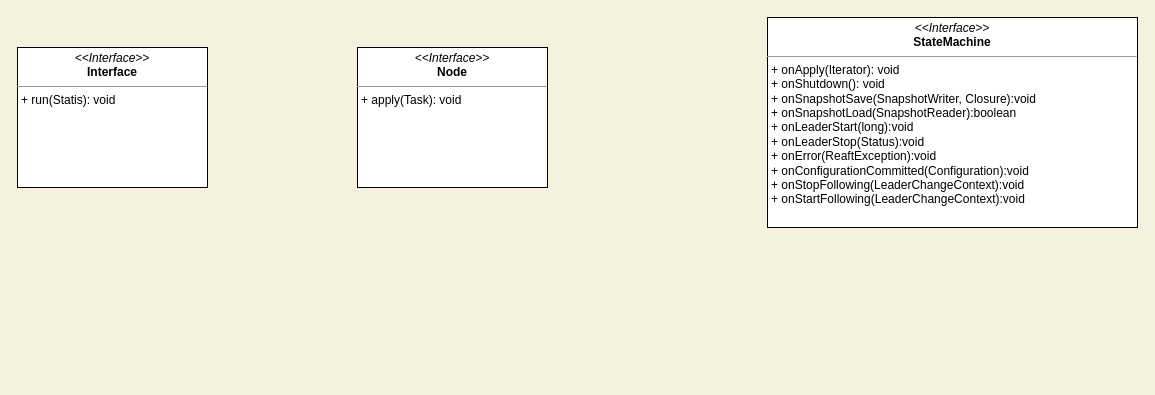
Before: page "raft服务端" (1 of 2) of raft.drawio in Echidnaaa/draw, a draw.io diagram. Source tidied: cells renumbered, new cells numbered last; positions are measured from the earlier drawing's top-left corner, leaving out a move shared by most shapes. Both pictures are drawn from the tidied source at 100%, with x=0, y=0 at pixel (17, 17).
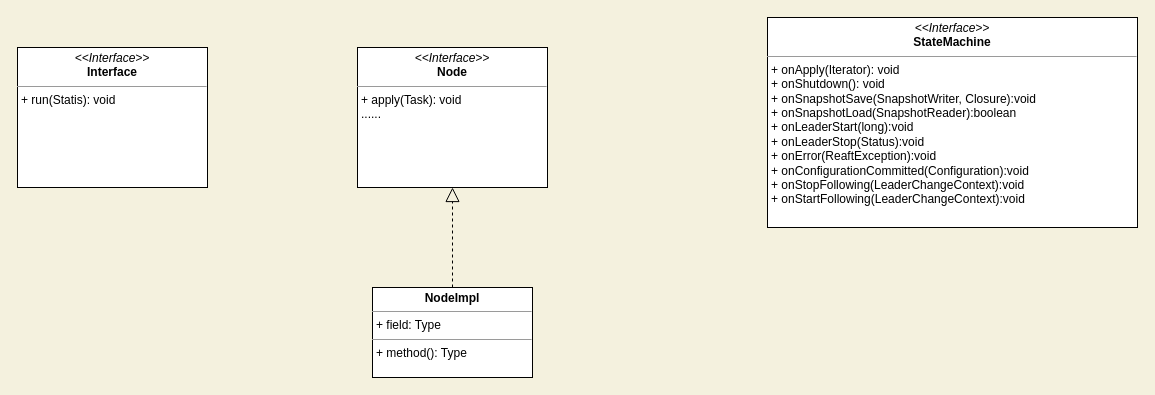
The same diagram, later.

Change to the diagram source:
```diff
@@
 <mxGraphModel background="#F4F1DE">
   <root>
     <mxCell id="0" />
     <mxCell id="1" parent="0" />
     <mxCell id="2" value="&lt;p style=&quot;margin: 0px ; margin-top: 4px ; text-align: center&quot;&gt;&lt;i&gt;&amp;lt;&amp;lt;Interface&amp;gt;&amp;gt;&lt;/i&gt;&lt;br&gt;&lt;b&gt;StateMachine&lt;/b&gt;&lt;/p&gt;&lt;hr size=&quot;1&quot;&gt;&lt;p style=&quot;margin: 0px ; margin-left: 4px&quot;&gt;+ onApply(Iterator): void&lt;br&gt;+ onShutdown(): void&lt;/p&gt;&lt;p style=&quot;margin: 0px ; margin-left: 4px&quot;&gt;+ onSnapshotSave(SnapshotWriter, Closure):void&lt;/p&gt;&lt;p style=&quot;margin: 0px ; margin-left: 4px&quot;&gt;+ onSnapshotLoad(SnapshotReader):boolean&lt;/p&gt;&lt;p style=&quot;margin: 0px ; margin-left: 4px&quot;&gt;+ onLeaderStart(long):void&lt;/p&gt;&lt;p style=&quot;margin: 0px ; margin-left: 4px&quot;&gt;+ onLeaderStop(Status):void&lt;/p&gt;&lt;p style=&quot;margin: 0px ; margin-left: 4px&quot;&gt;+ onError(ReaftException):void&lt;/p&gt;&lt;p style=&quot;margin: 0px ; margin-left: 4px&quot;&gt;+ onConfigurationCommitted(Configuration):void&lt;/p&gt;&lt;p style=&quot;margin: 0px ; margin-left: 4px&quot;&gt;+ onStopFollowing(LeaderChangeContext):void&lt;/p&gt;&lt;p style=&quot;margin: 0px ; margin-left: 4px&quot;&gt;+ onStartFollowing(LeaderChangeContext):void&lt;/p&gt;&lt;p style=&quot;margin: 0px ; margin-left: 4px&quot;&gt;&lt;br&gt;&lt;/p&gt;" style="verticalAlign=top;align=left;overflow=fill;fontSize=12;fontFamily=Helvetica;html=1;" parent="1" vertex="1">
       <mxGeometry x="750" width="370" height="210" as="geometry" />
     </mxCell>
-    <mxCell id="3" value="&lt;p style=&quot;margin: 0px ; margin-top: 4px ; text-align: center&quot;&gt;&lt;i&gt;&amp;lt;&amp;lt;Interface&amp;gt;&amp;gt;&lt;/i&gt;&lt;br&gt;&lt;b&gt;Node&lt;/b&gt;&lt;/p&gt;&lt;hr size=&quot;1&quot;&gt;&lt;p style=&quot;margin: 0px ; margin-left: 4px&quot;&gt;+ apply(Task): void&lt;br&gt;&lt;/p&gt;" style="verticalAlign=top;align=left;overflow=fill;fontSize=12;fontFamily=Helvetica;html=1;" parent="1" vertex="1">
+    <mxCell id="3" value="&lt;p style=&quot;margin: 0px ; margin-top: 4px ; text-align: center&quot;&gt;&lt;i&gt;&amp;lt;&amp;lt;Interface&amp;gt;&amp;gt;&lt;/i&gt;&lt;br&gt;&lt;b&gt;Node&lt;/b&gt;&lt;/p&gt;&lt;hr size=&quot;1&quot;&gt;&lt;p style=&quot;margin: 0px ; margin-left: 4px&quot;&gt;+ apply(Task): void&lt;br&gt;&lt;/p&gt;&lt;p style=&quot;margin: 0px ; margin-left: 4px&quot;&gt;......&lt;/p&gt;" style="verticalAlign=top;align=left;overflow=fill;fontSize=12;fontFamily=Helvetica;html=1;" parent="1" vertex="1">
       <mxGeometry x="340" y="30" width="190" height="140" as="geometry" />
     </mxCell>
     <mxCell id="4" value="&lt;p style=&quot;margin: 0px ; margin-top: 4px ; text-align: center&quot;&gt;&lt;i&gt;&amp;lt;&amp;lt;Interface&amp;gt;&amp;gt;&lt;/i&gt;&lt;br&gt;&lt;b&gt;Interface&lt;/b&gt;&lt;/p&gt;&lt;hr size=&quot;1&quot;&gt;&lt;p style=&quot;margin: 0px ; margin-left: 4px&quot;&gt;+ run(Statis): void&lt;br&gt;&lt;/p&gt;" style="verticalAlign=top;align=left;overflow=fill;fontSize=12;fontFamily=Helvetica;html=1;" parent="1" vertex="1">
       <mxGeometry y="30" width="190" height="140" as="geometry" />
     </mxCell>
+    <mxCell id="5" style="endArrow=block;dashed=1;endFill=0;endSize=12;html=1;entryX=0.5;entryY=1;entryDx=0;entryDy=0;exitX=0.5;exitY=0;exitDx=0;exitDy=0;" parent="1" edge="1" source="6" target="3">
+      <mxGeometry relative="1" as="geometry" />
+    </mxCell>
+    <mxCell id="6" value="&lt;p style=&quot;margin: 0px ; margin-top: 4px ; text-align: center&quot;&gt;&lt;b&gt;NodeImpl&lt;/b&gt;&lt;/p&gt;&lt;hr size=&quot;1&quot;&gt;&lt;p style=&quot;margin: 0px ; margin-left: 4px&quot;&gt;+ field: Type&lt;/p&gt;&lt;hr size=&quot;1&quot;&gt;&lt;p style=&quot;margin: 0px ; margin-left: 4px&quot;&gt;+ method(): Type&lt;/p&gt;" style="verticalAlign=top;align=left;overflow=fill;fontSize=12;fontFamily=Helvetica;html=1;" parent="1" vertex="1">
+      <mxGeometry x="355" y="270" width="160" height="90" as="geometry" />
+    </mxCell>
   </root>
 </mxGraphModel>
```
